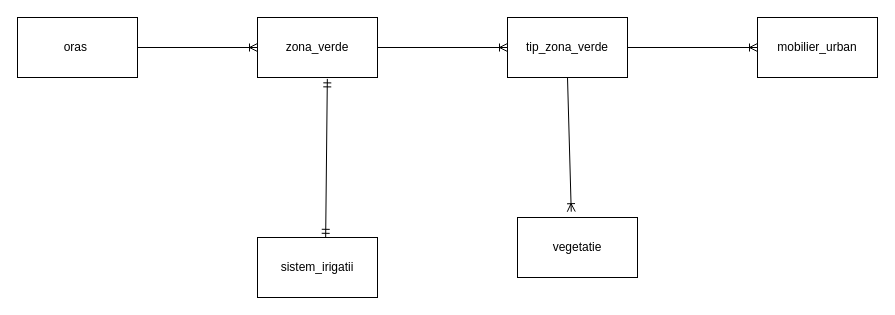
Before: Untitled Diagram.drawio in vladmagosin/examen_db_sem2VM, a draw.io diagram. Source tidied: cells renumbered, new cells numbered last; positions are measured from the earlier drawing's top-left corner, leaving out a move shared by most shapes. Both pictures are drawn from the tidied source at 100%, with x=0, y=0 at pixel (17, 17).
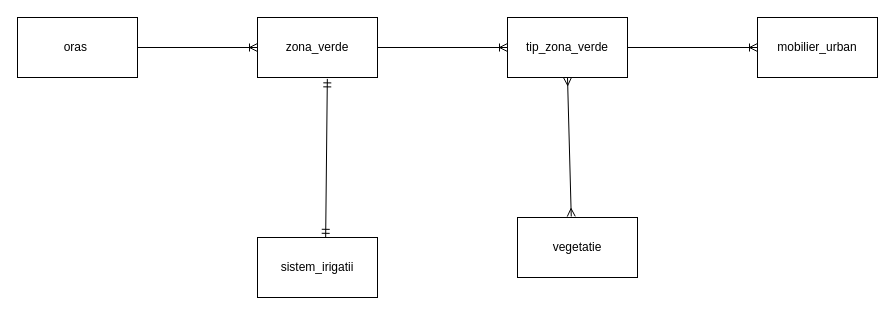
The same page after the edit.

Diff of the diagram source:
```diff
@@
 <mxGraphModel>
   <root>
     <mxCell id="0" />
     <mxCell id="1" parent="0" />
     <mxCell id="2" value="oras&amp;nbsp;" style="rounded=0;whiteSpace=wrap;html=1;" parent="1" vertex="1">
       <mxGeometry width="120" height="60" as="geometry" />
     </mxCell>
     <mxCell id="3" value="zona_verde" style="rounded=0;whiteSpace=wrap;html=1;" parent="1" vertex="1">
       <mxGeometry x="240" width="120" height="60" as="geometry" />
     </mxCell>
     <mxCell id="4" value="mobilier_urban" style="rounded=0;whiteSpace=wrap;html=1;" parent="1" vertex="1">
       <mxGeometry x="740" width="120" height="60" as="geometry" />
     </mxCell>
     <mxCell id="5" value="tip_zona_verde" style="rounded=0;whiteSpace=wrap;html=1;" parent="1" vertex="1">
       <mxGeometry x="490" width="120" height="60" as="geometry" />
     </mxCell>
     <mxCell id="6" value="vegetatie" style="rounded=0;whiteSpace=wrap;html=1;" parent="1" vertex="1">
       <mxGeometry x="500" y="200" width="120" height="60" as="geometry" />
     </mxCell>
     <mxCell id="7" value="sistem_irigatii" style="rounded=0;whiteSpace=wrap;html=1;" parent="1" vertex="1">
       <mxGeometry x="240" y="220" width="120" height="60" as="geometry" />
     </mxCell>
     <mxCell id="8" style="fontSize=12;html=1;endArrow=ERoneToMany;rounded=0;exitX=1;exitY=0.5;exitDx=0;exitDy=0;" parent="1" edge="1" source="2" target="3">
       <mxGeometry relative="1" as="geometry" />
     </mxCell>
     <mxCell id="9" style="fontSize=12;html=1;endArrow=ERoneToMany;rounded=0;entryX=0;entryY=0.5;entryDx=0;entryDy=0;exitX=1;exitY=0.5;exitDx=0;exitDy=0;exitPerimeter=0;" parent="1" edge="1" source="3" target="5">
       <mxGeometry relative="1" as="geometry" />
     </mxCell>
     <mxCell id="10" style="fontSize=12;html=1;endArrow=ERmandOne;startArrow=ERmandOne;rounded=0;entryX=0.582;entryY=1.023;entryDx=0;entryDy=0;entryPerimeter=0;exitX=0.568;exitY=-0.003;exitDx=0;exitDy=0;exitPerimeter=0;" parent="1" edge="1" source="7" target="3">
       <mxGeometry relative="1" as="geometry" />
     </mxCell>
-    <mxCell id="11" style="fontSize=12;html=1;endArrow=ERoneToMany;rounded=0;exitX=0.5;exitY=1;exitDx=0;exitDy=0;entryX=0.448;entryY=-0.097;entryDx=0;entryDy=0;entryPerimeter=0;" parent="1" edge="1" source="5" target="6">
-      <mxGeometry relative="1" as="geometry" />
-    </mxCell>
     <mxCell id="12" style="fontSize=12;html=1;endArrow=ERoneToMany;rounded=0;entryX=0;entryY=0.5;entryDx=0;entryDy=0;exitX=1;exitY=0.5;exitDx=0;exitDy=0;" parent="1" edge="1" source="5" target="4">
       <mxGeometry relative="1" as="geometry" />
     </mxCell>
+    <mxCell id="13" style="fontSize=12;html=1;endArrow=ERmany;startArrow=ERmany;rounded=0;entryX=0.5;entryY=1;entryDx=0;entryDy=0;exitX=0.448;exitY=-0.017;exitDx=0;exitDy=0;exitPerimeter=0;" parent="1" edge="1" source="6" target="5">
+      <mxGeometry relative="1" as="geometry" />
+    </mxCell>
   </root>
 </mxGraphModel>
```
